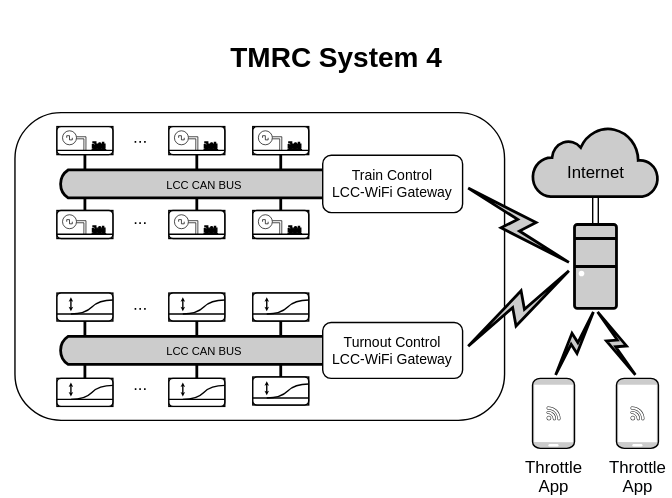
Before: assets/img/system4/TMRC_System4.svg, a diagram exported from draw.io (TechModelRailroadClub/web). Source tidied: cells renumbered, new cells last; positions are measured from the earlier drawing's top-left corner, leaving out a move shared by most shapes.
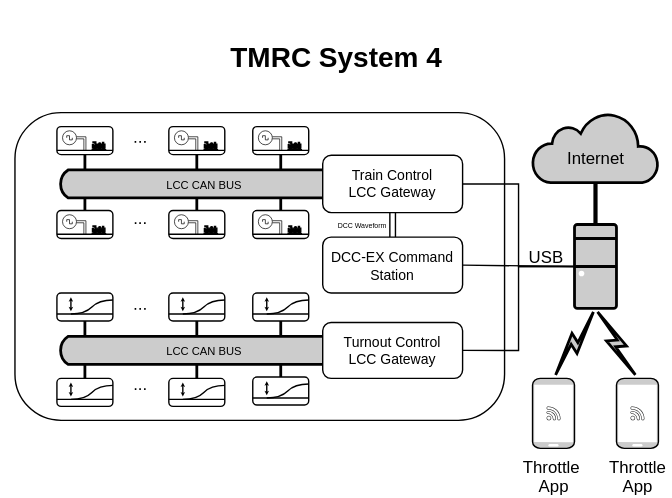
The same file after the commit.

Change to the diagram source:
```diff
@@ -8,12 +8,9 @@
     <mxCell id="3" style="fontColor=#0066CC;verticalAlign=top;verticalLabelPosition=bottom;labelPosition=center;align=center;html=1;outlineConnect=0;fillColor=#CCCCCC;strokeColor=default;gradientColor=none;gradientDirection=north;strokeWidth=2;shape=mxgraph.networks.desktop_pc;" parent="1" vertex="1">
       <mxGeometry x="410" y="160" width="30" height="60" as="geometry" />
     </mxCell>
-    <mxCell id="4" value="&lt;br&gt;&lt;div&gt;&lt;font color=&quot;#000000&quot;&gt;Internet&lt;/font&gt;&lt;/div&gt;" style="html=1;outlineConnect=0;fillColor=#CCCCCC;strokeColor=default;gradientColor=none;gradientDirection=north;strokeWidth=2;shape=mxgraph.networks.cloud;fontColor=#ffffff;" parent="1" vertex="1">
-      <mxGeometry x="380" y="90" width="90" height="50" as="geometry" />
+    <mxCell id="4" value="&lt;font&gt;&lt;br&gt;&lt;/font&gt;&lt;div&gt;&lt;font&gt;Internet&lt;/font&gt;&lt;/div&gt;" style="html=1;outlineConnect=0;fillColor=#CCCCCC;strokeColor=default;gradientColor=none;gradientDirection=north;strokeWidth=2;shape=mxgraph.networks.cloud;fontColor=default;" parent="1" vertex="1">
+      <mxGeometry x="380" y="80" width="90" height="50" as="geometry" />
     </mxCell>
-    <mxCell id="5" style="html=1;outlineConnect=0;fillColor=#CCCCCC;strokeColor=default;gradientColor=none;gradientDirection=north;strokeWidth=2;shape=mxgraph.networks.comm_link_edge;html=1;rounded=0;entryX=0;entryY=0.5;entryDx=0;entryDy=0;entryPerimeter=0;exitX=1;exitY=0.5;exitDx=0;exitDy=0;" parent="1" edge="1" source="57" target="3">
-      <mxGeometry relative="1" as="geometry" />
-    </mxCell>
     <mxCell id="6" value="&lt;font style=&quot;font-size: 8px;&quot; color=&quot;#000000&quot;&gt;LCC CAN BUS&lt;/font&gt;" style="html=1;fillColor=#CCCCCC;strokeColor=default;gradientColor=none;gradientDirection=north;strokeWidth=2;shape=mxgraph.networks.bus;gradientColor=none;gradientDirection=north;fontColor=#ffffff;perimeter=backbonePerimeter;backboneSize=20;" parent="1" vertex="1">
       <mxGeometry x="40" y="240" width="210" height="20" as="geometry" />
     </mxCell>
@@ -39,10 +36,7 @@
     <mxCell id="12" style="strokeColor=default;edgeStyle=none;rounded=0;endArrow=none;html=1;strokeWidth=2;exitX=0.5;exitY=0;exitDx=0;exitDy=0;" parent="1" edge="1" source="30" target="6">
       <mxGeometry relative="1" as="geometry" />
     </mxCell>
-    <mxCell id="13" style="html=1;outlineConnect=0;fillColor=#CCCCCC;strokeColor=default;gradientColor=none;gradientDirection=north;strokeWidth=2;shape=mxgraph.networks.comm_link_edge;html=1;rounded=0;entryX=0;entryY=0.5;entryDx=0;entryDy=0;entryPerimeter=0;exitX=1;exitY=0.5;exitDx=0;exitDy=0;" parent="1" edge="1" source="37" target="3">
-      <mxGeometry relative="1" as="geometry" />
-    </mxCell>
-    <mxCell id="14" style="group;strokeColor=default;" parent="1" vertex="1">
+    <mxCell id="14" style="group;strokeColor=none;" parent="1" vertex="1">
       <mxGeometry x="180" y="209" width="40" height="20" as="geometry" />
     </mxCell>
     <mxCell id="15" style="rounded=1;whiteSpace=wrap;html=1;strokeColor=default;" parent="14" vertex="1">
@@ -69,7 +63,7 @@
         </Array>
       </mxGeometry>
     </mxCell>
-    <mxCell id="19" style="group;strokeColor=default;" parent="1" vertex="1">
+    <mxCell id="19" style="group;strokeColor=none;" parent="1" vertex="1">
       <mxGeometry x="40" y="270" width="40" height="20" as="geometry" />
     </mxCell>
     <mxCell id="20" style="rounded=1;whiteSpace=wrap;html=1;strokeColor=default;" parent="19" vertex="1">
@@ -96,7 +90,7 @@
         </Array>
       </mxGeometry>
     </mxCell>
-    <mxCell id="24" style="group;strokeColor=default;" parent="1" vertex="1">
+    <mxCell id="24" style="group;strokeColor=none;" parent="1" vertex="1">
       <mxGeometry x="120" y="270" width="40" height="20" as="geometry" />
     </mxCell>
     <mxCell id="25" style="rounded=1;whiteSpace=wrap;html=1;strokeColor=default;" parent="24" vertex="1">
@@ -123,7 +117,7 @@
         </Array>
       </mxGeometry>
     </mxCell>
-    <mxCell id="29" style="group;strokeColor=default;" parent="1" vertex="1">
+    <mxCell id="29" style="group;strokeColor=none;" parent="1" vertex="1">
       <mxGeometry x="180" y="269" width="40" height="20" as="geometry" />
     </mxCell>
     <mxCell id="30" style="rounded=1;whiteSpace=wrap;html=1;strokeColor=default;" parent="29" vertex="1">
@@ -156,13 +150,13 @@
     <mxCell id="35" value="..." style="text;html=1;align=center;verticalAlign=middle;whiteSpace=wrap;rounded=0;rotation=-180;strokeColor=none;" parent="1" vertex="1">
       <mxGeometry x="60" y="209" width="80" height="31" as="geometry" />
     </mxCell>
-    <mxCell id="36" style="edgeStyle=orthogonalEdgeStyle;shape=link;rounded=0;jettySize=auto;html=1;exitX=0.5;exitY=1;exitDx=0;exitDy=0;exitPerimeter=0;entryX=0.5;entryY=0;entryDx=0;entryDy=0;entryPerimeter=0;strokeColor=default;" parent="1" edge="1" source="4" target="3">
+    <mxCell id="36" style="edgeStyle=orthogonalEdgeStyle;rounded=0;jettySize=auto;html=1;exitX=0.5;exitY=1;exitDx=0;exitDy=0;exitPerimeter=0;entryX=0.5;entryY=0;entryDx=0;entryDy=0;entryPerimeter=0;strokeColor=default;endArrow=none;endFill=0;strokeWidth=3;" parent="1" edge="1" source="4" target="3">
       <mxGeometry relative="1" as="geometry" />
     </mxCell>
-    <mxCell id="37" value="&lt;div style=&quot;font-size: 10px;&quot;&gt;&lt;font style=&quot;font-size: 10px;&quot;&gt;Turnout Control&lt;/font&gt;&lt;/div&gt;&lt;div style=&quot;font-size: 10px;&quot;&gt;&lt;font style=&quot;font-size: 10px;&quot;&gt;LCC-WiFi Gateway&lt;/font&gt;&lt;/div&gt;" style="rounded=1;whiteSpace=wrap;html=1;strokeColor=default;" parent="1" vertex="1">
+    <mxCell id="37" value="&lt;div style=&quot;font-size: 10px;&quot;&gt;&lt;font style=&quot;font-size: 10px;&quot;&gt;Turnout Control&lt;/font&gt;&lt;/div&gt;&lt;div style=&quot;font-size: 10px;&quot;&gt;&lt;font style=&quot;font-size: 10px;&quot;&gt;LCC Gateway&lt;/font&gt;&lt;/div&gt;" style="rounded=1;whiteSpace=wrap;html=1;strokeColor=default;fontColor=default;" parent="1" vertex="1">
       <mxGeometry x="230" y="230" width="100" height="40" as="geometry" />
     </mxCell>
-    <mxCell id="38" style="group;strokeColor=default;" parent="1" vertex="1">
+    <mxCell id="38" style="group;strokeColor=none;" parent="1" vertex="1">
       <mxGeometry x="120" y="209" width="40" height="20" as="geometry" />
     </mxCell>
     <mxCell id="39" style="rounded=1;whiteSpace=wrap;html=1;strokeColor=default;" parent="38" vertex="1">
@@ -189,7 +183,7 @@
         </Array>
       </mxGeometry>
     </mxCell>
-    <mxCell id="43" style="group;strokeColor=default;" parent="1" vertex="1">
+    <mxCell id="43" style="group;strokeColor=none;" parent="1" vertex="1">
       <mxGeometry x="40" y="209" width="40" height="20" as="geometry" />
     </mxCell>
     <mxCell id="44" style="rounded=1;whiteSpace=wrap;html=1;strokeColor=default;" parent="43" vertex="1">
@@ -247,10 +241,10 @@
     <mxCell id="56" value="..." style="text;html=1;align=center;verticalAlign=middle;whiteSpace=wrap;rounded=0;rotation=-180;strokeColor=none;" parent="1" vertex="1">
       <mxGeometry x="60" y="90" width="80" height="31" as="geometry" />
     </mxCell>
-    <mxCell id="57" value="&lt;div style=&quot;font-size: 10px;&quot;&gt;&lt;font color=&quot;#050505&quot; style=&quot;font-size: 10px;&quot;&gt;Train Control&lt;/font&gt;&lt;/div&gt;&lt;div style=&quot;font-size: 10px;&quot;&gt;&lt;font color=&quot;#050505&quot; style=&quot;font-size: 10px;&quot;&gt;LCC-WiFi Gateway&lt;/font&gt;&lt;/div&gt;" style="rounded=1;whiteSpace=wrap;html=1;strokeColor=default;" parent="1" vertex="1">
+    <mxCell id="57" value="&lt;div style=&quot;font-size: 10px;&quot;&gt;&lt;font style=&quot;font-size: 10px;&quot;&gt;Train Control&lt;/font&gt;&lt;/div&gt;&lt;div style=&quot;font-size: 10px;&quot;&gt;&lt;font style=&quot;font-size: 10px;&quot;&gt;LCC Gateway&lt;/font&gt;&lt;/div&gt;" style="rounded=1;whiteSpace=wrap;html=1;strokeColor=default;fontColor=default;" parent="1" vertex="1">
       <mxGeometry x="230" y="110.5" width="100" height="41" as="geometry" />
     </mxCell>
-    <mxCell id="58" style="group;strokeColor=default;" parent="1" vertex="1">
+    <mxCell id="58" style="group;strokeColor=none;" parent="1" vertex="1">
       <mxGeometry x="180" y="90" width="40" height="20" as="geometry" />
     </mxCell>
     <mxCell id="59" style="rounded=1;whiteSpace=wrap;html=1;strokeColor=default;" parent="58" vertex="1">
@@ -273,7 +267,7 @@
     <mxCell id="63" style="verticalLabelPosition=bottom;shadow=0;dashed=0;align=center;html=1;verticalAlign=top;shape=mxgraph.electrical.signal_sources.source;points=[[0.5,0,0],[1,0.5,0],[0.5,1,0],[0,0.5,0]];elSignalType=square;strokeWidth=0.5;strokeColor=default;" parent="58" vertex="1">
       <mxGeometry x="4" y="3" width="10" height="10" as="geometry" />
     </mxCell>
-    <mxCell id="64" style="group;strokeColor=default;" parent="1" vertex="1">
+    <mxCell id="64" style="group;strokeColor=none;" parent="1" vertex="1">
       <mxGeometry x="180" y="150" width="40" height="20" as="geometry" />
     </mxCell>
     <mxCell id="65" style="rounded=1;whiteSpace=wrap;html=1;strokeColor=default;" parent="64" vertex="1">
@@ -296,7 +290,7 @@
     <mxCell id="69" style="verticalLabelPosition=bottom;shadow=0;dashed=0;align=center;html=1;verticalAlign=top;shape=mxgraph.electrical.signal_sources.source;points=[[0.5,0,0],[1,0.5,0],[0.5,1,0],[0,0.5,0]];elSignalType=square;strokeWidth=0.5;strokeColor=default;" parent="64" vertex="1">
       <mxGeometry x="4" y="3" width="10" height="10" as="geometry" />
     </mxCell>
-    <mxCell id="70" style="group;strokeColor=default;" parent="1" vertex="1">
+    <mxCell id="70" style="group;strokeColor=none;" parent="1" vertex="1">
       <mxGeometry x="120" y="90" width="40" height="20" as="geometry" />
     </mxCell>
     <mxCell id="71" style="rounded=1;whiteSpace=wrap;html=1;strokeColor=default;" parent="70" vertex="1">
@@ -319,7 +313,7 @@
     <mxCell id="75" style="verticalLabelPosition=bottom;shadow=0;dashed=0;align=center;html=1;verticalAlign=top;shape=mxgraph.electrical.signal_sources.source;points=[[0.5,0,0],[1,0.5,0],[0.5,1,0],[0,0.5,0]];elSignalType=square;strokeWidth=0.5;strokeColor=default;" parent="70" vertex="1">
       <mxGeometry x="4" y="3" width="10" height="10" as="geometry" />
     </mxCell>
-    <mxCell id="76" style="group;strokeColor=default;" parent="1" vertex="1">
+    <mxCell id="76" style="group;strokeColor=none;" parent="1" vertex="1">
       <mxGeometry x="40" y="90" width="40" height="20" as="geometry" />
     </mxCell>
     <mxCell id="77" style="rounded=1;whiteSpace=wrap;html=1;strokeColor=default;" parent="76" vertex="1">
@@ -342,7 +336,7 @@
     <mxCell id="81" style="verticalLabelPosition=bottom;shadow=0;dashed=0;align=center;html=1;verticalAlign=top;shape=mxgraph.electrical.signal_sources.source;points=[[0.5,0,0],[1,0.5,0],[0.5,1,0],[0,0.5,0]];elSignalType=square;strokeWidth=0.5;strokeColor=default;" parent="76" vertex="1">
       <mxGeometry x="4" y="3" width="10" height="10" as="geometry" />
     </mxCell>
-    <mxCell id="82" style="group;strokeColor=default;" parent="1" vertex="1">
+    <mxCell id="82" style="group;strokeColor=none;" parent="1" vertex="1">
       <mxGeometry x="120" y="150" width="40" height="20" as="geometry" />
     </mxCell>
     <mxCell id="83" style="rounded=1;whiteSpace=wrap;html=1;strokeColor=default;" parent="82" vertex="1">
@@ -365,7 +359,7 @@
     <mxCell id="87" style="verticalLabelPosition=bottom;shadow=0;dashed=0;align=center;html=1;verticalAlign=top;shape=mxgraph.electrical.signal_sources.source;points=[[0.5,0,0],[1,0.5,0],[0.5,1,0],[0,0.5,0]];elSignalType=square;strokeWidth=0.5;strokeColor=default;" parent="82" vertex="1">
       <mxGeometry x="4" y="3" width="10" height="10" as="geometry" />
     </mxCell>
-    <mxCell id="88" style="group;strokeColor=default;" parent="1" vertex="1">
+    <mxCell id="88" style="group;strokeColor=none;" parent="1" vertex="1">
       <mxGeometry x="40" y="150" width="40" height="20" as="geometry" />
     </mxCell>
     <mxCell id="89" style="rounded=1;whiteSpace=wrap;html=1;strokeColor=default;" parent="88" vertex="1">
@@ -388,16 +382,16 @@
     <mxCell id="93" style="verticalLabelPosition=bottom;shadow=0;dashed=0;align=center;html=1;verticalAlign=top;shape=mxgraph.electrical.signal_sources.source;points=[[0.5,0,0],[1,0.5,0],[0.5,1,0],[0,0.5,0]];elSignalType=square;strokeWidth=0.5;strokeColor=default;" parent="88" vertex="1">
       <mxGeometry x="4" y="3" width="10" height="10" as="geometry" />
     </mxCell>
-    <mxCell id="94" value="&lt;b&gt;&lt;font style=&quot;font-size: 20px;&quot;&gt;TMRC System 4&lt;/font&gt;&lt;/b&gt;" style="text;html=1;align=center;verticalAlign=middle;whiteSpace=wrap;rounded=0;" parent="1" vertex="1">
+    <mxCell id="94" value="&lt;b&gt;&lt;font style=&quot;font-size: 20px;&quot;&gt;TMRC System 4&lt;/font&gt;&lt;/b&gt;" style="text;html=1;align=center;verticalAlign=middle;whiteSpace=wrap;rounded=0;fontColor=default;" parent="1" vertex="1">
       <mxGeometry width="480" height="80" as="geometry" />
     </mxCell>
-    <mxCell id="95" value="&lt;div&gt;&lt;font color=&quot;#000000&quot;&gt;Throttle&lt;/font&gt;&lt;/div&gt;&lt;div&gt;&lt;font color=&quot;#000000&quot;&gt;App&lt;/font&gt;&lt;br&gt;&lt;/div&gt;" style="fontColor=#0066CC;verticalAlign=top;verticalLabelPosition=bottom;labelPosition=center;align=center;html=1;outlineConnect=0;fillColor=#CCCCCC;strokeColor=default;gradientColor=none;gradientDirection=north;strokeWidth=2;shape=mxgraph.networks.mobile;" parent="1" vertex="1">
+    <mxCell id="95" value="&lt;font&gt;Throttle&amp;nbsp;&lt;/font&gt;&lt;div&gt;&lt;font&gt;App&lt;/font&gt;&lt;/div&gt;" style="fontColor=default;verticalAlign=top;verticalLabelPosition=bottom;labelPosition=center;align=center;html=1;outlineConnect=0;fillColor=#CCCCCC;strokeColor=default;gradientColor=none;gradientDirection=north;strokeWidth=2;shape=mxgraph.networks.mobile;" parent="1" vertex="1">
       <mxGeometry x="380" y="270" width="30" height="50" as="geometry" />
     </mxCell>
     <mxCell id="96" style="html=1;outlineConnect=0;fillColor=#CCCCCC;strokeColor=default;gradientColor=none;gradientDirection=north;strokeWidth=2;shape=mxgraph.networks.comm_link_edge;html=1;rounded=0;entryX=0.5;entryY=1;entryDx=0;entryDy=0;entryPerimeter=0;exitX=0.5;exitY=0;exitDx=0;exitDy=0;exitPerimeter=0;" parent="1" edge="1" source="95" target="3">
       <mxGeometry relative="1" as="geometry" />
     </mxCell>
-    <mxCell id="97" value="&lt;div&gt;&lt;font color=&quot;#000305&quot;&gt;Throttle&lt;/font&gt;&lt;/div&gt;&lt;div&gt;&lt;font color=&quot;#000305&quot;&gt;App&lt;/font&gt;&lt;br&gt;&lt;/div&gt;" style="fontColor=#0066CC;verticalAlign=top;verticalLabelPosition=bottom;labelPosition=center;align=center;html=1;outlineConnect=0;fillColor=#CCCCCC;strokeColor=default;gradientColor=none;gradientDirection=north;strokeWidth=2;shape=mxgraph.networks.mobile;" parent="1" vertex="1">
+    <mxCell id="97" value="&lt;font&gt;Throttle&lt;/font&gt;&lt;div&gt;&lt;font&gt;App&lt;/font&gt;&lt;/div&gt;" style="fontColor=default;verticalAlign=top;verticalLabelPosition=bottom;labelPosition=center;align=center;html=1;outlineConnect=0;fillColor=#CCCCCC;strokeColor=default;gradientColor=none;gradientDirection=north;strokeWidth=2;shape=mxgraph.networks.mobile;" parent="1" vertex="1">
       <mxGeometry x="440" y="270" width="30" height="50" as="geometry" />
     </mxCell>
     <mxCell id="98" style="html=1;outlineConnect=0;fillColor=#CCCCCC;strokeColor=default;gradientColor=none;gradientDirection=north;strokeWidth=2;shape=mxgraph.networks.comm_link_edge;html=1;rounded=0;entryX=0.5;entryY=1;entryDx=0;entryDy=0;entryPerimeter=0;exitX=0.5;exitY=0;exitDx=0;exitDy=0;exitPerimeter=0;" parent="1" edge="1" source="97" target="3">
@@ -409,5 +403,31 @@
     <mxCell id="100" style="sketch=0;shadow=0;dashed=0;html=1;strokeColor=none;fillColor=#0C0D0D;labelPosition=center;verticalLabelPosition=bottom;verticalAlign=top;align=center;shape=mxgraph.vvd.wi_fi;strokeWidth=0.5;" parent="1" vertex="1">
       <mxGeometry x="450" y="290" width="10" height="10" as="geometry" />
     </mxCell>
+    <mxCell id="101" value="&lt;p style=&quot;line-height: 100%;&quot;&gt;&lt;font style=&quot;font-size: 10px;&quot;&gt;DCC-EX&amp;nbsp;&lt;/font&gt;&lt;span style=&quot;font-size: 10px; background-color: initial;&quot;&gt;Command Station&lt;/span&gt;&lt;/p&gt;" style="rounded=1;whiteSpace=wrap;html=1;align=center;" parent="1" vertex="1">
+      <mxGeometry x="230" y="169" width="100" height="40" as="geometry" />
+    </mxCell>
+    <mxCell id="102" style="endArrow=none;html=1;rounded=0;entryX=0.5;entryY=1;entryDx=0;entryDy=0;exitX=0.5;exitY=0;exitDx=0;exitDy=0;shape=link;" parent="1" edge="1" source="101" target="57">
+      <mxGeometry relative="1" as="geometry" />
+    </mxCell>
+    <mxCell id="13" style="endArrow=none;html=1;rounded=0;entryX=0;entryY=0.5;entryDx=0;entryDy=0;entryPerimeter=0;exitX=1;exitY=0.5;exitDx=0;exitDy=0;edgeStyle=orthogonalEdgeStyle;" parent="1" edge="1" source="37" target="3">
+      <mxGeometry relative="1" as="geometry">
+        <Array as="points">
+          <mxPoint x="370" y="250" />
+          <mxPoint x="370" y="190" />
+        </Array>
+      </mxGeometry>
+    </mxCell>
+    <mxCell id="103" style="endArrow=none;html=1;rounded=0;entryX=0;entryY=0.5;entryDx=0;entryDy=0;entryPerimeter=0;exitX=1;exitY=0.5;exitDx=0;exitDy=0;" parent="1" edge="1" source="101" target="3">
+      <mxGeometry relative="1" as="geometry" />
+    </mxCell>
+    <mxCell id="104" value="USB" style="text;html=1;align=center;verticalAlign=middle;whiteSpace=wrap;rounded=0;" parent="1" vertex="1">
+      <mxGeometry x="370" y="169" width="40" height="30" as="geometry" />
+    </mxCell>
+    <mxCell id="5" style="endArrow=none;html=1;rounded=0;entryX=0;entryY=0.5;entryDx=0;entryDy=0;entryPerimeter=0;exitX=1;exitY=0.5;exitDx=0;exitDy=0;edgeStyle=orthogonalEdgeStyle;" parent="1" edge="1" source="57" target="3">
+      <mxGeometry relative="1" as="geometry" />
+    </mxCell>
+    <mxCell id="105" value="&lt;p style=&quot;line-height: 240%;&quot;&gt;&lt;font style=&quot;font-size: 5px;&quot;&gt;DCC Waveform&amp;nbsp;&amp;nbsp;&lt;/font&gt;&lt;/p&gt;" style="text;html=1;align=center;verticalAlign=middle;whiteSpace=wrap;rounded=0;" parent="1" vertex="1">
+      <mxGeometry x="240" y="155.8" width="40" height="8.5" as="geometry" />
+    </mxCell>
   </root>
 </mxGraphModel>
```
